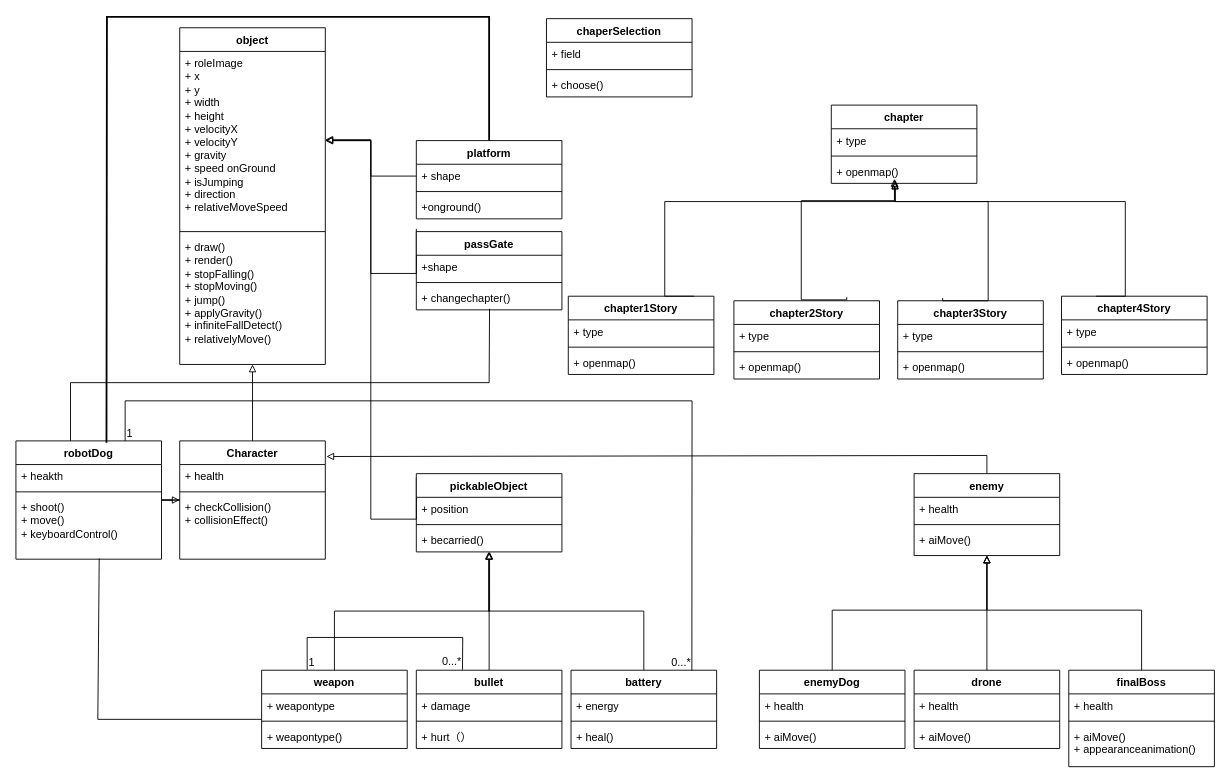
Above: miscellaneous/UML.drawio in UoB-COMSM0166/2025-group-8 (draw.io), before the change. Source tidied: cells renumbered, new cells numbered last; positions are measured from the earlier drawing's top-left corner, leaving out a move shared by most shapes. Both pictures are drawn from the tidied source at 91%, with x=0, y=0 at pixel (15, 16).
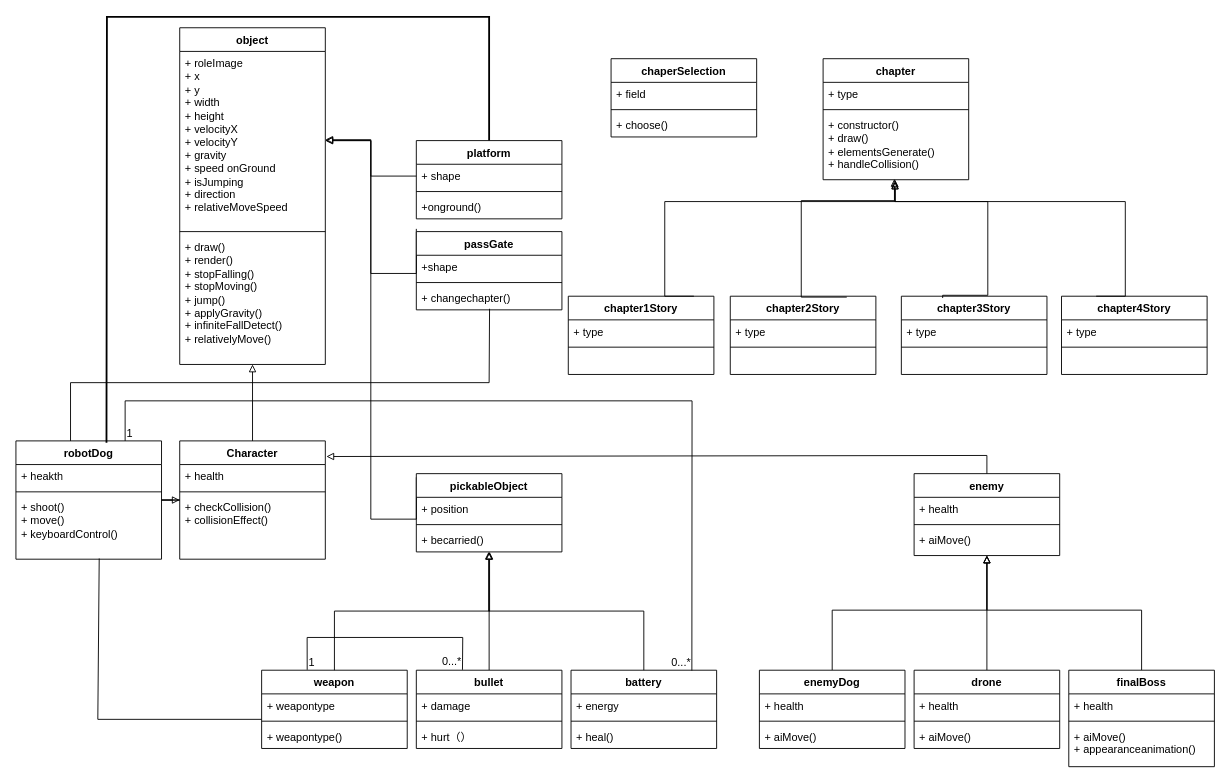
The same diagram, later.

The change refers to these unchanged cells:
```xml
<mxCell id="91" value="chapter1Story" style="swimlane;fontStyle=1;align=center;verticalAlign=top;horizontal=1;startSize=26;whiteSpace=wrap;html=1;" parent="1" vertex="1">
  <mxGeometry x="607" y="307" width="160" height="86" as="geometry" />
</mxCell>
<mxCell id="97" value="chapter4Story" style="swimlane;fontStyle=1;align=center;verticalAlign=top;horizontal=1;startSize=26;whiteSpace=wrap;html=1;" parent="1" vertex="1">
  <mxGeometry x="1149" y="307" width="160" height="86" as="geometry" />
</mxCell>
```

The edit, as a diff of the source:
```diff
@@
     <mxCell id="64" value="chaperSelection" style="swimlane;fontStyle=1;align=center;verticalAlign=top;horizontal=1;startSize=26;whiteSpace=wrap;html=1;" parent="1" vertex="1">
-      <mxGeometry x="583" y="2" width="160" height="86" as="geometry" />
+      <mxGeometry x="654" y="46" width="160" height="86" as="geometry" />
     </mxCell>
@@
     <mxCell id="79" value="chapter" style="swimlane;fontStyle=1;align=center;verticalAlign=top;horizontal=1;startSize=26;whiteSpace=wrap;html=1;" parent="1" vertex="1">
-      <mxGeometry x="896" y="97" width="160" height="86" as="geometry" />
+      <mxGeometry x="887" y="46" width="160" height="133" as="geometry" />
     </mxCell>
@@
-    <mxCell id="82" value="+ openmap()" style="text;strokeColor=none;fillColor=none;align=left;verticalAlign=top;spacingLeft=4;spacingRight=4;overflow=hidden;whiteSpace=wrap;html=1;" parent="79" vertex="1">
-      <mxGeometry y="60" width="160" height="26" as="geometry" />
+    <mxCell id="82" value="+ constructor()&lt;div&gt;+ draw()&lt;/div&gt;&lt;div&gt;+ elementsGenerate()&lt;/div&gt;&lt;div&gt;+ handleCollision()&lt;/div&gt;" style="text;strokeColor=none;fillColor=none;align=left;verticalAlign=top;spacingLeft=4;spacingRight=4;overflow=hidden;whiteSpace=wrap;html=1;" parent="79" vertex="1">
+      <mxGeometry y="60" width="160" height="73" as="geometry" />
     </mxCell>
     <mxCell id="83" value="chapter2Story" style="swimlane;fontStyle=1;align=center;verticalAlign=top;horizontal=1;startSize=26;whiteSpace=wrap;html=1;" parent="1" vertex="1">
-      <mxGeometry x="789" y="312" width="160" height="86" as="geometry" />
+      <mxGeometry x="785" y="307" width="160" height="86" as="geometry" />
     </mxCell>
@@
-    <mxCell id="86" value="+ openmap()" style="text;strokeColor=none;fillColor=none;align=left;verticalAlign=top;spacingLeft=4;spacingRight=4;overflow=hidden;whiteSpace=wrap;html=1;" parent="83" vertex="1">
+    <mxCell id="86" value="&amp;nbsp;" style="text;strokeColor=none;fillColor=none;align=left;verticalAlign=top;spacingLeft=4;spacingRight=4;overflow=hidden;whiteSpace=wrap;html=1;" parent="83" vertex="1">
       <mxGeometry y="60" width="160" height="26" as="geometry" />
     </mxCell>
     <mxCell id="87" value="chapter3Story" style="swimlane;fontStyle=1;align=center;verticalAlign=top;horizontal=1;startSize=26;whiteSpace=wrap;html=1;" parent="1" vertex="1">
-      <mxGeometry x="969" y="312" width="160" height="86" as="geometry" />
+      <mxGeometry x="973" y="307" width="160" height="86" as="geometry" />
     </mxCell>
@@
-    <mxCell id="90" value="+ openmap()" style="text;strokeColor=none;fillColor=none;align=left;verticalAlign=top;spacingLeft=4;spacingRight=4;overflow=hidden;whiteSpace=wrap;html=1;" parent="87" vertex="1">
+    <mxCell id="90" value="&amp;nbsp;" style="text;strokeColor=none;fillColor=none;align=left;verticalAlign=top;spacingLeft=4;spacingRight=4;overflow=hidden;whiteSpace=wrap;html=1;" parent="87" vertex="1">
       <mxGeometry y="60" width="160" height="26" as="geometry" />
     </mxCell>
@@
-    <mxCell id="94" value="+ openmap()" style="text;strokeColor=none;fillColor=none;align=left;verticalAlign=top;spacingLeft=4;spacingRight=4;overflow=hidden;whiteSpace=wrap;html=1;" parent="91" vertex="1">
+    <mxCell id="94" value="&amp;nbsp;" style="text;strokeColor=none;fillColor=none;align=left;verticalAlign=top;spacingLeft=4;spacingRight=4;overflow=hidden;whiteSpace=wrap;html=1;" parent="91" vertex="1">
       <mxGeometry y="60" width="160" height="26" as="geometry" />
     </mxCell>
@@
     <mxCell id="96" style="edgeStyle=orthogonalEdgeStyle;rounded=0;orthogonalLoop=1;jettySize=auto;html=1;endArrow=block;endFill=0;" parent="1" edge="1">
       <mxGeometry relative="1" as="geometry">
         <mxPoint x="913" y="308" as="sourcePoint" />
         <mxPoint x="965.4" y="178" as="targetPoint" />
         <Array as="points">
-          <mxPoint x="913" y="311" />
-          <mxPoint x="863" y="311" />
+          <mxPoint x="863" y="308" />
           <mxPoint x="863" y="202" />
           <mxPoint x="965" y="202" />
         </Array>
       </mxGeometry>
     </mxCell>
@@
-    <mxCell id="100" value="+ openmap()" style="text;strokeColor=none;fillColor=none;align=left;verticalAlign=top;spacingLeft=4;spacingRight=4;overflow=hidden;whiteSpace=wrap;html=1;" parent="97" vertex="1">
+    <mxCell id="100" value="&amp;nbsp;" style="text;strokeColor=none;fillColor=none;align=left;verticalAlign=top;spacingLeft=4;spacingRight=4;overflow=hidden;whiteSpace=wrap;html=1;" parent="97" vertex="1">
       <mxGeometry y="60" width="160" height="26" as="geometry" />
     </mxCell>
@@
     <mxCell id="102" style="edgeStyle=orthogonalEdgeStyle;rounded=0;orthogonalLoop=1;jettySize=auto;html=1;endArrow=block;endFill=0;" parent="1" edge="1">
       <mxGeometry relative="1" as="geometry">
         <mxPoint x="1018.4" y="309" as="sourcePoint" />
         <mxPoint x="966" y="179" as="targetPoint" />
         <Array as="points">
-          <mxPoint x="1018.4" y="312" />
-          <mxPoint x="1068.4" y="312" />
-          <mxPoint x="1068.4" y="203" />
-          <mxPoint x="966.4" y="203" />
+          <mxPoint x="1018" y="306" />
+          <mxPoint x="1068" y="306" />
+          <mxPoint x="1068" y="203" />
+          <mxPoint x="966" y="203" />
         </Array>
       </mxGeometry>
     </mxCell>
```
